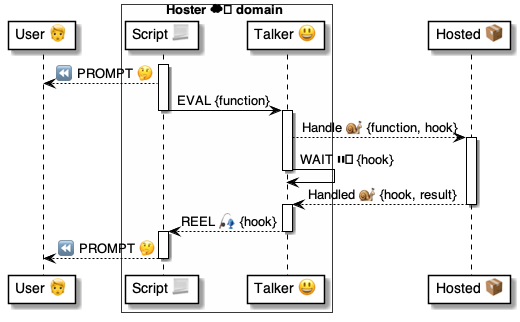
pollyweb-org/pollyweb-docs keeps this PlantUML diagram as 4 ⚙️ Solution/35 💬 Chats/😃 Talkers/😃⏩ Talker flows/Eval Functions 😃⏩📦/😃 Eval ⚙️ uml.png. Above is the earlier version. Its source is kept beside it as 4 ⚙️ Solution/35 💬 Chats/😃 Talkers/😃⏩ Talker flows/Eval Functions 😃⏩📦/😃 Eval ⚙️ uml.puml. Source of this version:
```plantuml
@startuml Handle

participant "User 🧑" as user
box Hoster ☁️ domain #FFFFFA
    participant "Script 📃" as script
    participant "Talker 😃" as talker
end box
participant "Hosted 📦" as hosted

activate script
    script --> user: ⏪ PROMPT 🤔
    script -> talker: EVAL {function}
deactivate script


activate talker
    talker --> hosted: Handle 🐌 {function, hook}
activate hosted
    talker -> talker: WAIT ⏸️ {hook}
deactivate talker

    hosted --> talker: Handled 🐌 {hook, result}
deactivate hosted

activate talker
    talker --> script: REEL 🎣 {hook}
deactivate talker

activate script
    script --> user: ⏪ PROMPT 🤔
deactivate script

@enduml
```
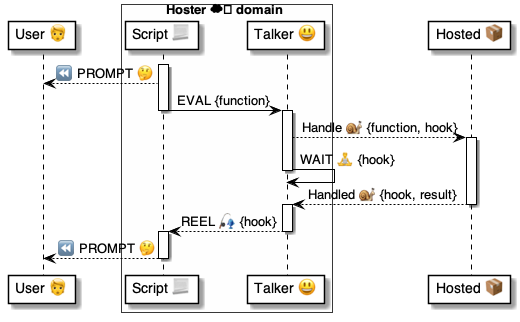
The same diagram one commit later.

Change to the diagram source:
```diff
@@ -16,7 +16,7 @@
 activate talker
     talker --> hosted: Handle 🐌 {function, hook}
 activate hosted
-    talker -> talker: WAIT ⏸️ {hook}
+    talker -> talker: WAIT 🧘 {hook}
 deactivate talker
 
     hosted --> talker: Handled 🐌 {hook, result}
```
